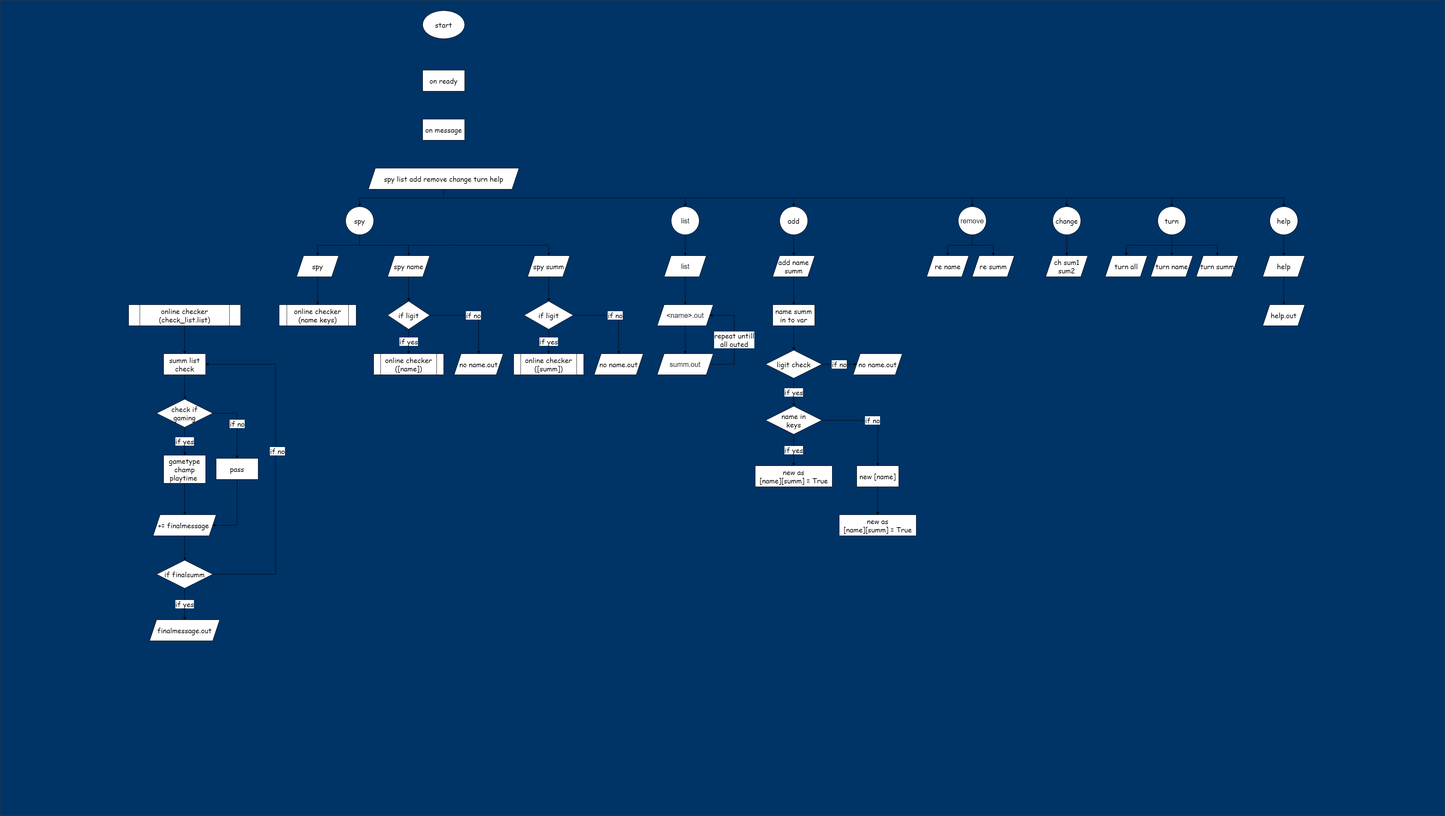
Before: Project/Discord_Bot_LOL_online_checker/flowchart.png, a diagram exported from draw.io (KimbobHeaven/STUDY). Source tidied: cells renumbered, new cells last; positions are measured from the earlier drawing's top-left corner, leaving out a move shared by most shapes.
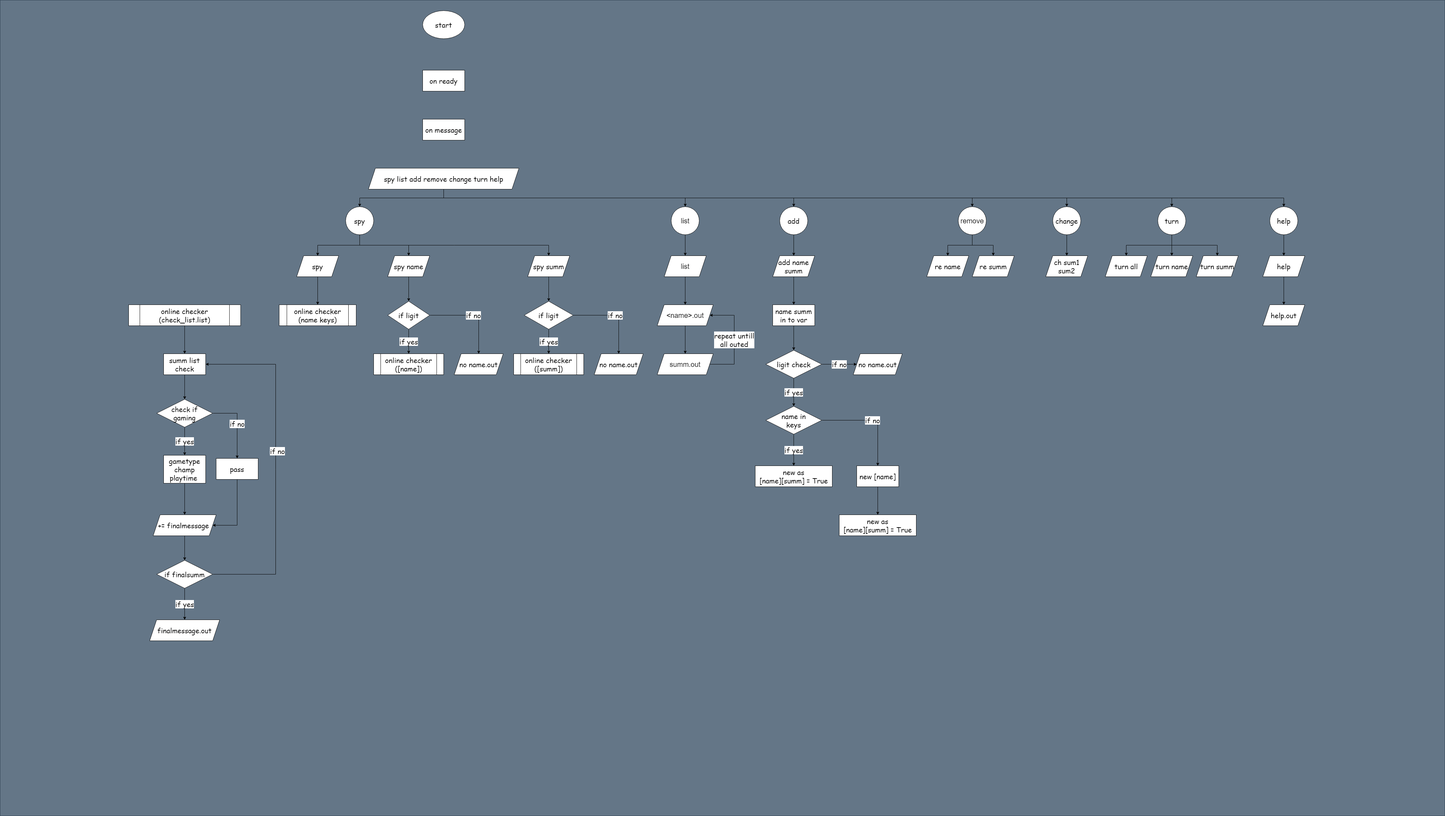
The same diagram one commit later.

The edit, as a diff of the source:
```diff
@@ -2,7 +2,7 @@
   <root>
     <mxCell id="0" />
     <mxCell id="1" parent="0" />
-    <mxCell id="2" style="rounded=0;whiteSpace=wrap;html=1;labelBackgroundColor=none;fontFamily=Comic Sans MS;fontSize=20;strokeColor=#36393d;shadow=0;glass=0;fillColor=#003366;" parent="1" vertex="1">
+    <mxCell id="2" style="rounded=0;whiteSpace=wrap;html=1;labelBackgroundColor=none;fontFamily=Comic Sans MS;fontSize=20;strokeColor=#314354;shadow=0;glass=0;fillColor=#647687;fontColor=#ffffff;" parent="1" vertex="1">
       <mxGeometry width="4127" height="2330" as="geometry" />
     </mxCell>
     <mxCell id="3" value="&lt;font style=&quot;font-size: 20px;&quot;&gt;start&lt;/font&gt;" style="ellipse;whiteSpace=wrap;html=1;fontSize=20;fontFamily=Comic Sans MS;fontStyle=0;labelBackgroundColor=none;" parent="1" vertex="1">
```
